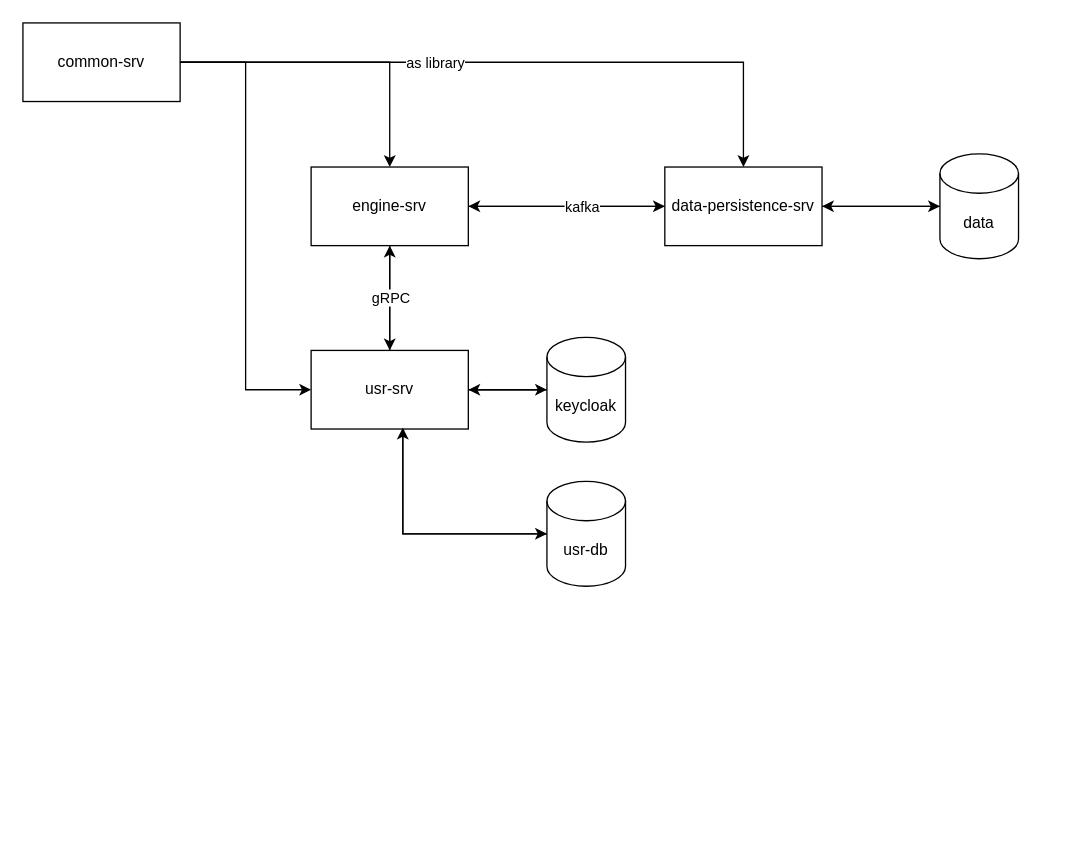
This is Untitled Diagram.drawio from milanpanic2/prs-distributed-systems, a draw.io file, before an edit. Source tidied: cells renumbered, new cells numbered last; positions are measured from the earlier drawing's top-left corner, leaving out a move shared by most shapes. Both pictures are drawn from the tidied source at 131%, with x=0, y=0 at pixel (22, 22).
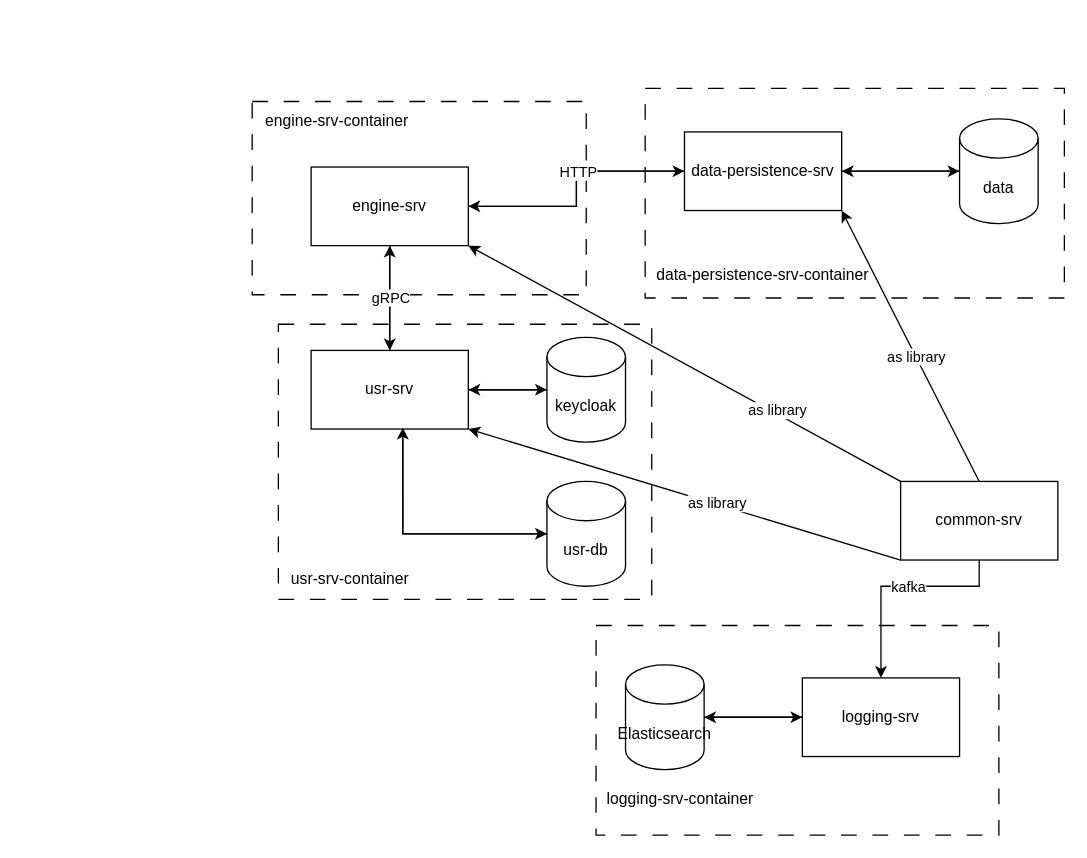
The same page after the edit.

Unchanged cells that the change refers to:
```xml
<mxCell id="5" value="&lt;div&gt;usr-srv&lt;/div&gt;" style="rounded=0;whiteSpace=wrap;html=1;" parent="1" vertex="1">
  <mxGeometry x="220" y="250" width="120" height="60" as="geometry" />
</mxCell>
<mxCell id="11" value="engine-srv" style="rounded=0;whiteSpace=wrap;html=1;" parent="1" vertex="1">
  <mxGeometry x="220" y="110" width="120" height="60" as="geometry" />
</mxCell>
<mxCell id="14" style="edgeStyle=orthogonalEdgeStyle;rounded=0;jettySize=auto;html=1;entryX=1;entryY=0.5;entryDx=0;entryDy=0;" parent="1" edge="1" source="17" target="11">
  <mxGeometry relative="1" as="geometry" />
</mxCell>
```

What changed in the source:
```diff
@@
+    <mxCell id="25" style="rounded=0;whiteSpace=wrap;html=1;dashed=1;dashPattern=12 12;" parent="1" vertex="1">
+      <mxGeometry x="437.5" y="460" width="307.5" height="160" as="geometry" />
+    </mxCell>
+    <mxCell id="26" style="rounded=0;whiteSpace=wrap;html=1;dashed=1;dashPattern=12 12;" parent="1" vertex="1">
+      <mxGeometry x="175" y="60" width="255" height="147.5" as="geometry" />
+    </mxCell>
+    <mxCell id="27" style="rounded=0;whiteSpace=wrap;html=1;dashed=1;dashPattern=12 12;" parent="1" vertex="1">
+      <mxGeometry x="475" y="50" width="320" height="160" as="geometry" />
+    </mxCell>
+    <mxCell id="28" style="rounded=0;whiteSpace=wrap;html=1;dashed=1;dashPattern=12 12;" parent="1" vertex="1">
+      <mxGeometry x="195" y="230" width="285" height="210" as="geometry" />
+    </mxCell>
@@
-    <mxCell id="15" value="kafka" style="edgeLabel;html=1;align=center;verticalAlign=middle;" parent="14" vertex="1">
+    <mxCell id="15" value="HTTP" style="edgeLabel;html=1;align=center;verticalAlign=middle;" parent="14" vertex="1">
       <mxGeometry x="-0.15" relative="1" as="geometry" />
     </mxCell>
@@
     <mxCell id="17" value="data-persistence-srv" style="rounded=0;whiteSpace=wrap;html=1;" parent="1" vertex="1">
-      <mxGeometry x="490" y="110" width="120" height="60" as="geometry" />
+      <mxGeometry x="505" y="83.2" width="120" height="60" as="geometry" />
     </mxCell>
@@
     <mxCell id="19" value="data" style="shape=cylinder3;whiteSpace=wrap;html=1;boundedLbl=1;backgroundOutline=1;size=15;" parent="1" vertex="1">
-      <mxGeometry x="700" y="100" width="60" height="80" as="geometry" />
+      <mxGeometry x="715" y="73.2" width="60" height="80" as="geometry" />
     </mxCell>
+    <mxCell id="29" style="edgeStyle=orthogonalEdgeStyle;rounded=0;jettySize=auto;html=1;" parent="1" edge="1" source="24" target="38">
+      <mxGeometry relative="1" as="geometry">
+        <Array as="points">
+          <mxPoint x="730" y="430" />
+          <mxPoint x="655" y="430" />
+        </Array>
+      </mxGeometry>
+    </mxCell>
+    <mxCell id="30" value="kafka" style="edgeLabel;html=1;align=center;verticalAlign=middle;" parent="29" vertex="1">
+      <mxGeometry x="-0.18" relative="1" as="geometry">
+        <mxPoint x="-7" as="offset" />
+      </mxGeometry>
+    </mxCell>
+    <mxCell id="24" value="&lt;div&gt;common-srv&lt;/div&gt;" style="rounded=0;whiteSpace=wrap;html=1;" parent="1" vertex="1">
+      <mxGeometry x="670" y="350" width="120" height="60" as="geometry" />
+    </mxCell>
-    <mxCell id="20" style="edgeStyle=orthogonalEdgeStyle;rounded=0;jettySize=auto;html=1;entryX=0.5;entryY=0;entryDx=0;entryDy=0;" parent="1" edge="1" source="24" target="17">
+    <mxCell id="20" style="endArrow=classic;html=1;rounded=0;exitX=0.5;exitY=0;exitDx=0;exitDy=0;entryX=1;entryY=1;entryDx=0;entryDy=0;" parent="1" edge="1" source="24" target="17">
       <mxGeometry relative="1" as="geometry" />
     </mxCell>
-    <mxCell id="21" value="as library" style="edgeLabel;html=1;align=center;verticalAlign=middle;" parent="20" vertex="1">
-      <mxGeometry x="-0.24" relative="1" as="geometry" />
-    </mxCell>
+    <mxCell id="31" value="as library" style="edgeLabel;html=1;align=center;verticalAlign=middle;" parent="20" vertex="1">
+      <mxGeometry x="-0.08" relative="1" as="geometry" />
+    </mxCell>
+    <mxCell id="23" style="endArrow=classic;html=1;rounded=0;exitX=0;exitY=1;exitDx=0;exitDy=0;entryX=1;entryY=1;entryDx=0;entryDy=0;" parent="1" edge="1" source="24" target="5">
+      <mxGeometry relative="1" as="geometry" />
+    </mxCell>
+    <mxCell id="32" value="as library" style="edgeLabel;html=1;align=center;verticalAlign=middle;" parent="23" vertex="1">
+      <mxGeometry x="-0.15" y="-2" relative="1" as="geometry">
+        <mxPoint y="1" as="offset" />
+      </mxGeometry>
+    </mxCell>
-    <mxCell id="22" style="edgeStyle=orthogonalEdgeStyle;rounded=0;jettySize=auto;html=1;entryX=0.5;entryY=0;entryDx=0;entryDy=0;" parent="1" edge="1" source="24" target="11">
+    <mxCell id="22" style="endArrow=classic;html=1;rounded=0;exitX=0;exitY=0;exitDx=0;exitDy=0;entryX=1;entryY=1;entryDx=0;entryDy=0;" parent="1" edge="1" source="24" target="11">
       <mxGeometry relative="1" as="geometry" />
     </mxCell>
-    <mxCell id="23" style="edgeStyle=orthogonalEdgeStyle;rounded=0;jettySize=auto;html=1;entryX=0;entryY=0.5;entryDx=0;entryDy=0;" parent="1" edge="1" source="24" target="5">
-      <mxGeometry relative="1" as="geometry" />
-    </mxCell>
-    <mxCell id="24" value="&lt;div&gt;common-srv&lt;/div&gt;" style="rounded=0;whiteSpace=wrap;html=1;" parent="1" vertex="1">
-      <mxGeometry width="120" height="60" as="geometry" />
-    </mxCell>
+    <mxCell id="33" value="&lt;div&gt;as library&lt;/div&gt;" style="edgeLabel;html=1;align=center;verticalAlign=middle;" parent="22" vertex="1">
+      <mxGeometry x="-0.42" y="-3" relative="1" as="geometry" />
+    </mxCell>
+    <mxCell id="34" value="usr-srv-container" style="text;html=1;strokeColor=none;fillColor=none;align=center;verticalAlign=middle;whiteSpace=wrap;rounded=0;" parent="1" vertex="1">
+      <mxGeometry x="185" y="410" width="130" height="30" as="geometry" />
+    </mxCell>
+    <mxCell id="35" value="data-persistence-srv-container" style="text;html=1;strokeColor=none;fillColor=none;align=center;verticalAlign=middle;whiteSpace=wrap;rounded=0;" parent="1" vertex="1">
+      <mxGeometry x="470" y="177.5" width="190" height="30" as="geometry" />
+    </mxCell>
+    <mxCell id="36" value="engine-srv-container" style="text;html=1;strokeColor=none;fillColor=none;align=center;verticalAlign=middle;whiteSpace=wrap;rounded=0;" parent="1" vertex="1">
+      <mxGeometry x="155" y="60" width="170" height="30" as="geometry" />
+    </mxCell>
+    <mxCell id="37" style="edgeStyle=orthogonalEdgeStyle;rounded=0;jettySize=auto;html=1;entryX=1;entryY=0.5;entryDx=0;entryDy=0;entryPerimeter=0;" parent="1" edge="1" source="38" target="40">
+      <mxGeometry relative="1" as="geometry" />
+    </mxCell>
+    <mxCell id="38" value="logging-srv" style="rounded=0;whiteSpace=wrap;html=1;" parent="1" vertex="1">
+      <mxGeometry x="595" y="500" width="120" height="60" as="geometry" />
+    </mxCell>
+    <mxCell id="39" style="edgeStyle=orthogonalEdgeStyle;rounded=0;jettySize=auto;html=1;entryX=0;entryY=0.5;entryDx=0;entryDy=0;" parent="1" edge="1" source="40" target="38">
+      <mxGeometry relative="1" as="geometry" />
+    </mxCell>
+    <mxCell id="40" value="Elasticsearch" style="shape=cylinder3;whiteSpace=wrap;html=1;boundedLbl=1;backgroundOutline=1;size=15;" parent="1" vertex="1">
+      <mxGeometry x="460" y="490" width="60" height="80" as="geometry" />
+    </mxCell>
+    <mxCell id="41" value="logging-srv-container" style="text;html=1;strokeColor=none;fillColor=none;align=center;verticalAlign=middle;whiteSpace=wrap;rounded=0;" parent="1" vertex="1">
+      <mxGeometry x="418" y="577.5" width="167.5" height="30" as="geometry" />
+    </mxCell>
```
